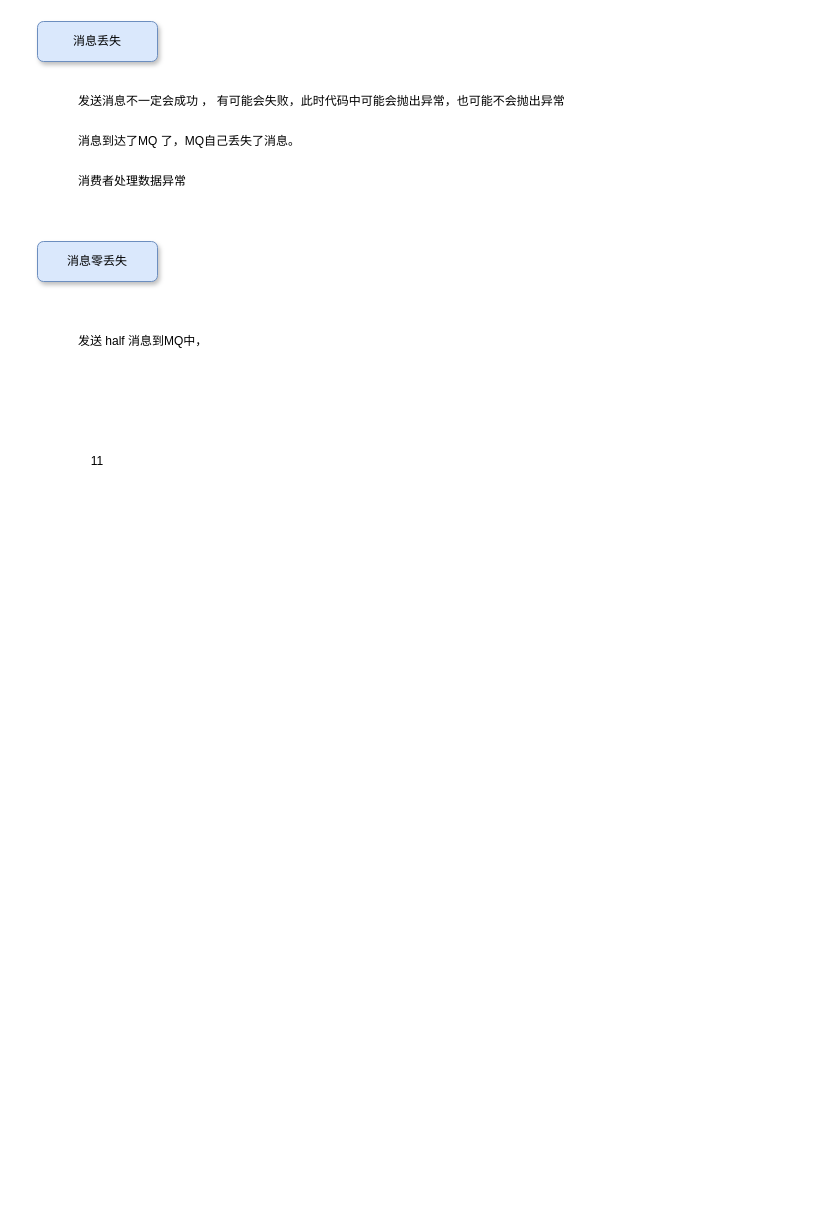
The draw.io diagram page "生产案例" (3 of 4) of 消息中间件(mq)实战.drawio in topyuluo/photo-project, before the edit. Source tidied: cells renumbered, new cells numbered last; positions are measured from the earlier drawing's top-left corner, leaving out a move shared by most shapes. Both pictures are drawn from the tidied source at 100%, with x=0, y=0 at pixel (37, 21).
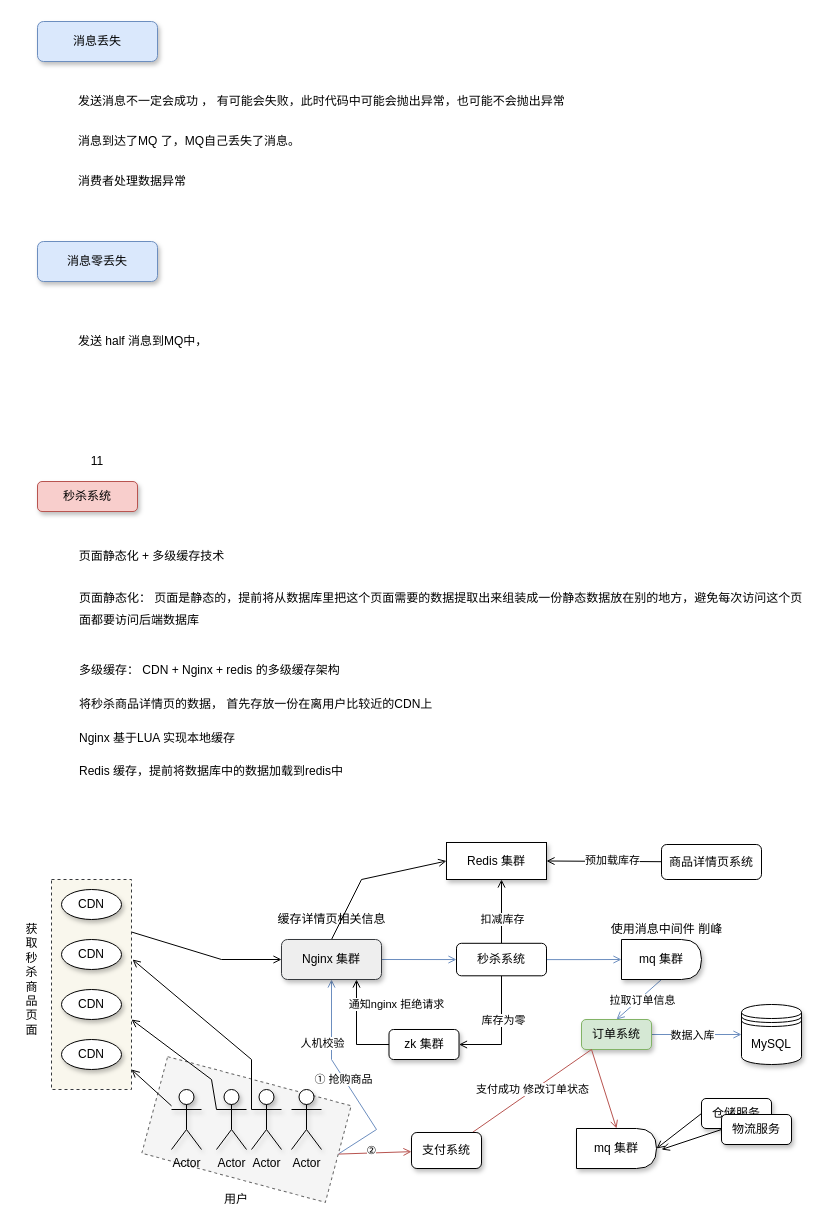
The same page after the edit.

Commit message:
更新消息中间件(mq)实战.drawio

What changed in the source:
```diff
@@
+    <mxCell id="9" style="edgeStyle=none;rounded=0;jettySize=auto;html=1;exitX=1;exitY=0.25;exitDx=0;exitDy=0;entryX=0;entryY=0.5;entryDx=0;entryDy=0;startArrow=none;startFill=0;endArrow=open;endFill=0;" parent="1" edge="1" source="10" target="27">
+      <mxGeometry relative="1" as="geometry">
+        <Array as="points">
+          <mxPoint x="184" y="938" />
+        </Array>
+      </mxGeometry>
+    </mxCell>
+    <mxCell id="10" style="rounded=0;whiteSpace=wrap;html=1;shadow=0;sketch=0;align=center;dashed=1;fillColor=#f9f7ed;strokeColor=#36393d;" parent="1" vertex="1">
+      <mxGeometry x="14" y="858" width="80" height="210" as="geometry" />
+    </mxCell>
+    <mxCell id="11" style="edgeStyle=none;rounded=0;jettySize=auto;html=1;exitX=1;exitY=0.5;exitDx=0;exitDy=0;entryX=0.5;entryY=1;entryDx=0;entryDy=0;startArrow=none;startFill=0;endArrow=open;endFill=0;fillColor=#dae8fc;strokeColor=#6c8ebf;" parent="1" edge="1" source="16" target="27">
+      <mxGeometry relative="1" as="geometry">
+        <Array as="points">
+          <mxPoint x="339" y="1108" />
+          <mxPoint x="294" y="1038" />
+        </Array>
+      </mxGeometry>
+    </mxCell>
+    <mxCell id="12" value="① 抢购商品" style="edgeLabel;html=1;align=center;verticalAlign=middle;" parent="11" vertex="1">
+      <mxGeometry x="0.02" y="1" relative="1" as="geometry" />
+    </mxCell>
+    <mxCell id="13" value="人机校验" style="edgeLabel;html=1;align=center;verticalAlign=middle;" parent="11" vertex="1">
+      <mxGeometry x="0.39" relative="1" as="geometry">
+        <mxPoint x="-10" as="offset" />
+      </mxGeometry>
+    </mxCell>
+    <mxCell id="14" style="edgeStyle=none;rounded=0;jettySize=auto;html=1;exitX=1;exitY=0.5;exitDx=0;exitDy=0;startArrow=none;startFill=0;endArrow=open;endFill=0;fillColor=#f8cecc;strokeColor=#b85450;" parent="1" edge="1" source="16" target="61">
+      <mxGeometry relative="1" as="geometry" />
+    </mxCell>
+    <mxCell id="15" value="②" style="edgeLabel;html=1;align=center;verticalAlign=middle;" parent="14" vertex="1">
+      <mxGeometry x="-0.45" y="-2" relative="1" as="geometry">
+        <mxPoint x="13" y="-5" as="offset" />
+      </mxGeometry>
+    </mxCell>
+    <mxCell id="16" style="rounded=0;whiteSpace=wrap;html=1;shadow=0;sketch=0;align=center;dashed=1;rotation=15;fillColor=#f5f5f5;strokeColor=#666666;fontColor=#333333;" parent="1" vertex="1">
+      <mxGeometry x="114" y="1058" width="190" height="100" as="geometry" />
+    </mxCell>
@@
+    <mxCell id="17" value="秒杀系统" style="rounded=1;whiteSpace=wrap;html=1;shadow=1;sketch=0;align=center;fillColor=#f8cecc;strokeColor=#b85450;" parent="1" vertex="1">
+      <mxGeometry y="460" width="100" height="30" as="geometry" />
+    </mxCell>
+    <mxCell id="18" value="页面静态化 + 多级缓存技术" style="text;html=1;strokeColor=none;fillColor=none;align=center;verticalAlign=middle;whiteSpace=wrap;rounded=0;shadow=1;sketch=0;" parent="1" vertex="1">
+      <mxGeometry x="39" y="520" width="151" height="30" as="geometry" />
+    </mxCell>
+    <mxCell id="19" value="&lt;p style=&quot;line-height: 180%&quot;&gt;页面静态化： 页面是静态的，提前将从数据库里把这个页面需要的数据提取出来组装成一份静态数据放在别的地方，避免每次访问这个页面都要访问后端数据库&lt;/p&gt;" style="text;html=1;strokeColor=none;fillColor=none;align=left;verticalAlign=middle;whiteSpace=wrap;rounded=0;shadow=1;sketch=0;" parent="1" vertex="1">
+      <mxGeometry x="40" y="565" width="730" height="45" as="geometry" />
+    </mxCell>
+    <mxCell id="20" value="&lt;p style=&quot;line-height: 180%&quot;&gt;多级缓存： CDN + Nginx + redis 的多级缓存架构&lt;/p&gt;&lt;p style=&quot;line-height: 180%&quot;&gt;&lt;span&gt;将秒杀商品详情页的数据， 首先存放一份在离用户比较近的CDN上&lt;/span&gt;&lt;/p&gt;&lt;p style=&quot;line-height: 180%&quot;&gt;Nginx 基于LUA 实现本地缓存&amp;nbsp;&lt;/p&gt;&lt;p style=&quot;line-height: 180%&quot;&gt;Redis 缓存，提前将数据库中的数据加载到redis中&lt;/p&gt;" style="text;html=1;strokeColor=none;fillColor=none;align=left;verticalAlign=middle;whiteSpace=wrap;rounded=0;shadow=1;sketch=0;" parent="1" vertex="1">
+      <mxGeometry x="40" y="630" width="730" height="140" as="geometry" />
+    </mxCell>
+    <mxCell id="21" value="CDN" style="ellipse;whiteSpace=wrap;html=1;rounded=0;shadow=1;sketch=0;align=center;" parent="1" vertex="1">
+      <mxGeometry x="24" y="868" width="60" height="30" as="geometry" />
+    </mxCell>
+    <mxCell id="22" value="CDN" style="ellipse;whiteSpace=wrap;html=1;rounded=0;shadow=1;sketch=0;align=center;" parent="1" vertex="1">
+      <mxGeometry x="24" y="918" width="60" height="30" as="geometry" />
+    </mxCell>
+    <mxCell id="23" value="CDN" style="ellipse;whiteSpace=wrap;html=1;rounded=0;shadow=1;sketch=0;align=center;" parent="1" vertex="1">
+      <mxGeometry x="24" y="968" width="60" height="30" as="geometry" />
+    </mxCell>
+    <mxCell id="24" value="CDN" style="ellipse;whiteSpace=wrap;html=1;rounded=0;shadow=1;sketch=0;align=center;" parent="1" vertex="1">
+      <mxGeometry x="24" y="1018" width="60" height="30" as="geometry" />
+    </mxCell>
+    <mxCell id="25" style="edgeStyle=none;rounded=0;jettySize=auto;html=1;exitX=1;exitY=0.5;exitDx=0;exitDy=0;startArrow=none;startFill=0;endArrow=open;endFill=0;entryX=0;entryY=0.5;entryDx=0;entryDy=0;fillColor=#dae8fc;strokeColor=#6c8ebf;" parent="1" edge="1" source="27" target="42">
+      <mxGeometry relative="1" as="geometry" />
+    </mxCell>
+    <mxCell id="26" style="edgeStyle=none;rounded=0;jettySize=auto;html=1;exitX=0.5;exitY=0;exitDx=0;exitDy=0;entryX=0;entryY=0.5;entryDx=0;entryDy=0;startArrow=none;startFill=0;endArrow=open;endFill=0;" parent="1" edge="1" source="27" target="46">
+      <mxGeometry relative="1" as="geometry">
+        <Array as="points">
+          <mxPoint x="324" y="858" />
+        </Array>
+      </mxGeometry>
+    </mxCell>
+    <mxCell id="27" value="Nginx 集群" style="rounded=1;whiteSpace=wrap;html=1;shadow=1;sketch=0;align=center;fillColor=#eeeeee;strokeColor=#36393d;" parent="1" vertex="1">
+      <mxGeometry x="244" y="918" width="100" height="40" as="geometry" />
+    </mxCell>
+    <mxCell id="28" style="edgeStyle=none;rounded=0;jettySize=auto;html=1;startArrow=none;startFill=0;endArrow=open;endFill=0;" parent="1" edge="1" source="29">
+      <mxGeometry relative="1" as="geometry">
+        <mxPoint x="94" y="1048" as="targetPoint" />
+      </mxGeometry>
+    </mxCell>
+    <mxCell id="29" value="Actor" style="shape=umlActor;verticalLabelPosition=bottom;verticalAlign=top;html=1;outlineConnect=0;rounded=0;shadow=1;sketch=0;align=center;" parent="1" vertex="1">
+      <mxGeometry x="134" y="1068" width="30" height="60" as="geometry" />
+    </mxCell>
+    <mxCell id="30" style="edgeStyle=none;rounded=0;jettySize=auto;html=1;exitX=0;exitY=0.3333333333333333;exitDx=0;exitDy=0;exitPerimeter=0;startArrow=none;startFill=0;endArrow=open;endFill=0;" parent="1" edge="1" source="31">
+      <mxGeometry relative="1" as="geometry">
+        <mxPoint x="94" y="998" as="targetPoint" />
+        <Array as="points">
+          <mxPoint x="174" y="1058" />
+        </Array>
+      </mxGeometry>
+    </mxCell>
+    <mxCell id="31" value="Actor" style="shape=umlActor;verticalLabelPosition=bottom;verticalAlign=top;html=1;outlineConnect=0;rounded=0;shadow=1;sketch=0;align=center;" parent="1" vertex="1">
+      <mxGeometry x="179" y="1068" width="30" height="60" as="geometry" />
+    </mxCell>
+    <mxCell id="32" style="edgeStyle=none;rounded=0;jettySize=auto;html=1;exitX=0;exitY=0.3333333333333333;exitDx=0;exitDy=0;exitPerimeter=0;startArrow=none;startFill=0;endArrow=open;endFill=0;" parent="1" edge="1" source="33">
+      <mxGeometry relative="1" as="geometry">
+        <mxPoint x="95" y="938" as="targetPoint" />
+        <Array as="points">
+          <mxPoint x="214" y="1038" />
+        </Array>
+      </mxGeometry>
+    </mxCell>
+    <mxCell id="33" value="Actor" style="shape=umlActor;verticalLabelPosition=bottom;verticalAlign=top;html=1;outlineConnect=0;rounded=0;shadow=1;sketch=0;align=center;" parent="1" vertex="1">
+      <mxGeometry x="214" y="1068" width="30" height="60" as="geometry" />
+    </mxCell>
+    <mxCell id="34" value="Actor" style="shape=umlActor;verticalLabelPosition=bottom;verticalAlign=top;html=1;rounded=0;shadow=1;sketch=0;align=center;" parent="1" vertex="1">
+      <mxGeometry x="254" y="1068" width="30" height="60" as="geometry" />
+    </mxCell>
+    <mxCell id="35" value="获取秒杀商品页面" style="text;html=1;strokeColor=none;fillColor=none;align=center;verticalAlign=middle;whiteSpace=wrap;rounded=0;shadow=1;sketch=0;" parent="1" vertex="1">
+      <mxGeometry x="-16" y="898" width="21" height="120" as="geometry" />
+    </mxCell>
+    <mxCell id="36" value="用户" style="text;html=1;strokeColor=none;fillColor=none;align=center;verticalAlign=middle;whiteSpace=wrap;rounded=0;shadow=0;dashed=1;sketch=0;" parent="1" vertex="1">
+      <mxGeometry x="179" y="1168" width="40" height="20" as="geometry" />
+    </mxCell>
+    <mxCell id="37" style="rounded=0;jettySize=auto;html=1;exitX=0.5;exitY=0;exitDx=0;exitDy=0;entryX=0.55;entryY=1;entryDx=0;entryDy=0;startArrow=none;startFill=0;endArrow=open;endFill=0;elbow=vertical;entryPerimeter=0;" parent="1" edge="1" source="42" target="46">
+      <mxGeometry relative="1" as="geometry" />
+    </mxCell>
+    <mxCell id="38" value="扣减库存" style="edgeLabel;html=1;align=center;verticalAlign=middle;" parent="37" vertex="1">
+      <mxGeometry x="-0.32" y="-1" relative="1" as="geometry">
+        <mxPoint x="-1" y="-2" as="offset" />
+      </mxGeometry>
+    </mxCell>
+    <mxCell id="39" style="edgeStyle=orthogonalEdgeStyle;rounded=0;jettySize=auto;html=1;exitX=0.5;exitY=1;exitDx=0;exitDy=0;entryX=1;entryY=0.5;entryDx=0;entryDy=0;startArrow=none;startFill=0;endArrow=open;endFill=0;" parent="1" edge="1" source="42" target="50">
+      <mxGeometry relative="1" as="geometry" />
+    </mxCell>
+    <mxCell id="40" value="库存为零" style="edgeLabel;html=1;align=center;verticalAlign=middle;" parent="39" vertex="1">
+      <mxGeometry x="-0.2" y="1" relative="1" as="geometry" />
+    </mxCell>
+    <mxCell id="41" style="edgeStyle=orthogonalEdgeStyle;rounded=0;jettySize=auto;html=1;startArrow=none;startFill=0;endArrow=open;endFill=0;fillColor=#dae8fc;strokeColor=#6c8ebf;" parent="1" edge="1" source="42">
+      <mxGeometry relative="1" as="geometry">
+        <mxPoint x="584" y="938" as="targetPoint" />
+      </mxGeometry>
+    </mxCell>
+    <mxCell id="42" value="秒杀系统" style="rounded=1;whiteSpace=wrap;html=1;shadow=0;sketch=0;align=center;" parent="1" vertex="1">
+      <mxGeometry x="419" y="921.8" width="90" height="32.5" as="geometry" />
+    </mxCell>
+    <mxCell id="43" style="edgeStyle=none;rounded=0;jettySize=auto;html=1;entryX=1;entryY=0.5;entryDx=0;entryDy=0;startArrow=none;startFill=0;endArrow=open;endFill=0;" parent="1" edge="1" source="45" target="46">
+      <mxGeometry relative="1" as="geometry" />
+    </mxCell>
+    <mxCell id="44" value="预加载库存" style="edgeLabel;html=1;align=center;verticalAlign=middle;" parent="43" vertex="1">
+      <mxGeometry x="-0.23" relative="1" as="geometry">
+        <mxPoint x="-6" y="-1" as="offset" />
+      </mxGeometry>
+    </mxCell>
+    <mxCell id="45" value="商品详情页系统" style="rounded=1;whiteSpace=wrap;html=1;shadow=0;sketch=0;align=center;" parent="1" vertex="1">
+      <mxGeometry x="624" y="823" width="100" height="35" as="geometry" />
+    </mxCell>
+    <mxCell id="46" value="Redis 集群" style="rounded=0;whiteSpace=wrap;html=1;shadow=1;sketch=0;align=center;" parent="1" vertex="1">
+      <mxGeometry x="409" y="821" width="100" height="37" as="geometry" />
+    </mxCell>
+    <mxCell id="47" value="缓存详情页相关信息" style="text;html=1;strokeColor=none;fillColor=none;align=center;verticalAlign=middle;whiteSpace=wrap;rounded=0;shadow=1;sketch=0;" parent="1" vertex="1">
+      <mxGeometry x="236.5" y="888" width="115" height="20" as="geometry" />
+    </mxCell>
+    <mxCell id="48" style="edgeStyle=orthogonalEdgeStyle;rounded=0;jettySize=auto;html=1;exitX=0;exitY=0.5;exitDx=0;exitDy=0;entryX=0.75;entryY=1;entryDx=0;entryDy=0;startArrow=none;startFill=0;endArrow=open;endFill=0;" parent="1" edge="1" source="50" target="27">
+      <mxGeometry relative="1" as="geometry" />
+    </mxCell>
+    <mxCell id="49" value="通知nginx 拒绝请求" style="edgeLabel;html=1;align=center;verticalAlign=middle;" parent="48" vertex="1">
+      <mxGeometry x="0.12" y="1" relative="1" as="geometry">
+        <mxPoint x="40" y="-18" as="offset" />
+      </mxGeometry>
+    </mxCell>
+    <mxCell id="50" value="zk 集群" style="rounded=1;whiteSpace=wrap;html=1;shadow=1;sketch=0;align=center;" parent="1" vertex="1">
+      <mxGeometry x="351.5" y="1008" width="70" height="30" as="geometry" />
+    </mxCell>
+    <mxCell id="51" style="rounded=0;jettySize=auto;html=1;startArrow=none;startFill=0;endArrow=open;endFill=0;exitX=0.5;exitY=1;exitDx=0;exitDy=0;entryX=0.5;entryY=0;entryDx=0;entryDy=0;fillColor=#dae8fc;strokeColor=#6c8ebf;" parent="1" edge="1" source="53" target="57">
+      <mxGeometry relative="1" as="geometry" />
+    </mxCell>
+    <mxCell id="52" value="拉取订单信息" style="edgeLabel;html=1;align=center;verticalAlign=middle;" parent="51" vertex="1">
+      <mxGeometry x="-0.42" y="2" relative="1" as="geometry">
+        <mxPoint x="-8" y="8" as="offset" />
+      </mxGeometry>
+    </mxCell>
+    <mxCell id="53" value="mq 集群" style="shape=delay;whiteSpace=wrap;html=1;rounded=0;shadow=1;sketch=0;align=center;" parent="1" vertex="1">
+      <mxGeometry x="584" y="918" width="80" height="40" as="geometry" />
+    </mxCell>
+    <mxCell id="54" value="使用消息中间件 削峰" style="text;html=1;align=center;verticalAlign=middle;strokeColor=none;" parent="1" vertex="1">
+      <mxGeometry x="564" y="898" width="130" height="20" as="geometry" />
+    </mxCell>
+    <mxCell id="55" style="edgeStyle=none;rounded=0;jettySize=auto;html=1;startArrow=none;startFill=0;endArrow=open;endFill=0;entryX=0;entryY=0.5;entryDx=0;entryDy=0;fillColor=#dae8fc;strokeColor=#6c8ebf;" parent="1" edge="1" source="57" target="58">
+      <mxGeometry relative="1" as="geometry" />
+    </mxCell>
+    <mxCell id="56" value="数据入库" style="edgeLabel;html=1;align=center;verticalAlign=middle;" parent="55" vertex="1">
+      <mxGeometry x="-0.29" relative="1" as="geometry">
+        <mxPoint x="8" as="offset" />
+      </mxGeometry>
+    </mxCell>
+    <mxCell id="57" value="订单系统" style="rounded=1;whiteSpace=wrap;html=1;shadow=1;sketch=0;align=center;fillColor=#d5e8d4;strokeColor=#82b366;" parent="1" vertex="1">
+      <mxGeometry x="544" y="998" width="70" height="30" as="geometry" />
+    </mxCell>
+    <mxCell id="58" value="MySQL" style="shape=datastore;whiteSpace=wrap;html=1;rounded=0;shadow=1;sketch=0;align=center;" parent="1" vertex="1">
+      <mxGeometry x="704" y="983" width="60" height="60" as="geometry" />
+    </mxCell>
+    <mxCell id="59" style="edgeStyle=none;rounded=0;jettySize=auto;html=1;entryX=0.5;entryY=0;entryDx=0;entryDy=0;startArrow=none;startFill=0;endArrow=open;endFill=0;fillColor=#f8cecc;strokeColor=#b85450;" parent="1" edge="1" source="61" target="62">
+      <mxGeometry relative="1" as="geometry">
+        <Array as="points">
+          <mxPoint x="554" y="1028" />
+        </Array>
+      </mxGeometry>
+    </mxCell>
+    <mxCell id="60" value="支付成功 修改订单状态" style="edgeLabel;html=1;align=center;verticalAlign=middle;" parent="59" vertex="1">
+      <mxGeometry x="-0.16" relative="1" as="geometry">
+        <mxPoint x="-19" y="11" as="offset" />
+      </mxGeometry>
+    </mxCell>
+    <mxCell id="61" value="支付系统" style="rounded=1;whiteSpace=wrap;html=1;shadow=1;sketch=0;align=center;" parent="1" vertex="1">
+      <mxGeometry x="374" y="1111" width="70" height="36" as="geometry" />
+    </mxCell>
+    <mxCell id="62" value="mq 集群" style="shape=delay;whiteSpace=wrap;html=1;rounded=0;shadow=1;sketch=0;align=center;" parent="1" vertex="1">
+      <mxGeometry x="539" y="1107" width="80" height="40" as="geometry" />
+    </mxCell>
+    <mxCell id="63" style="edgeStyle=none;rounded=0;jettySize=auto;html=1;exitX=0;exitY=0.5;exitDx=0;exitDy=0;entryX=1;entryY=0.5;entryDx=0;entryDy=0;startArrow=none;startFill=0;endArrow=open;endFill=0;" parent="1" edge="1" source="64" target="62">
+      <mxGeometry relative="1" as="geometry" />
+    </mxCell>
+    <mxCell id="64" value="仓储服务" style="rounded=1;whiteSpace=wrap;html=1;shadow=1;sketch=0;align=center;" parent="1" vertex="1">
+      <mxGeometry x="664" y="1077" width="70" height="30" as="geometry" />
+    </mxCell>
+    <mxCell id="65" style="edgeStyle=none;rounded=0;jettySize=auto;html=1;exitX=0;exitY=0.5;exitDx=0;exitDy=0;startArrow=none;startFill=0;endArrow=open;endFill=0;" parent="1" edge="1" source="66">
+      <mxGeometry relative="1" as="geometry">
+        <mxPoint x="624" y="1128" as="targetPoint" />
+      </mxGeometry>
+    </mxCell>
+    <mxCell id="66" value="物流服务" style="rounded=1;whiteSpace=wrap;html=1;shadow=1;sketch=0;align=center;" parent="1" vertex="1">
+      <mxGeometry x="684" y="1093" width="70" height="30" as="geometry" />
+    </mxCell>
```
